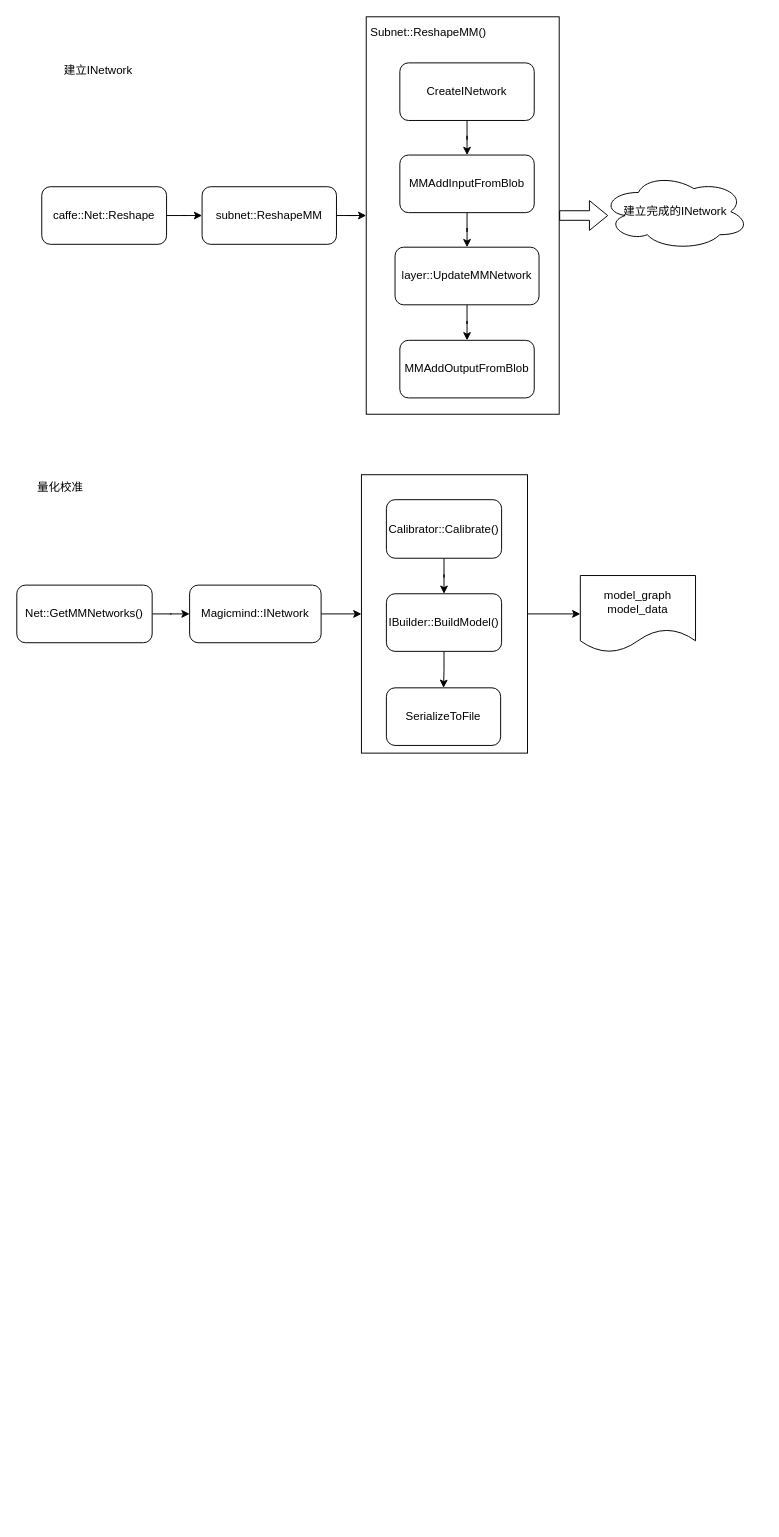
Above: caffe-mm.drawio in AwesomePH/notes (draw.io), before the change. Source tidied: cells renumbered, new cells numbered last; positions are measured from the earlier drawing's top-left corner, leaving out a move shared by most shapes. Both pictures are drawn from the tidied source at 96%, with x=0, y=0 at pixel (16, 16).
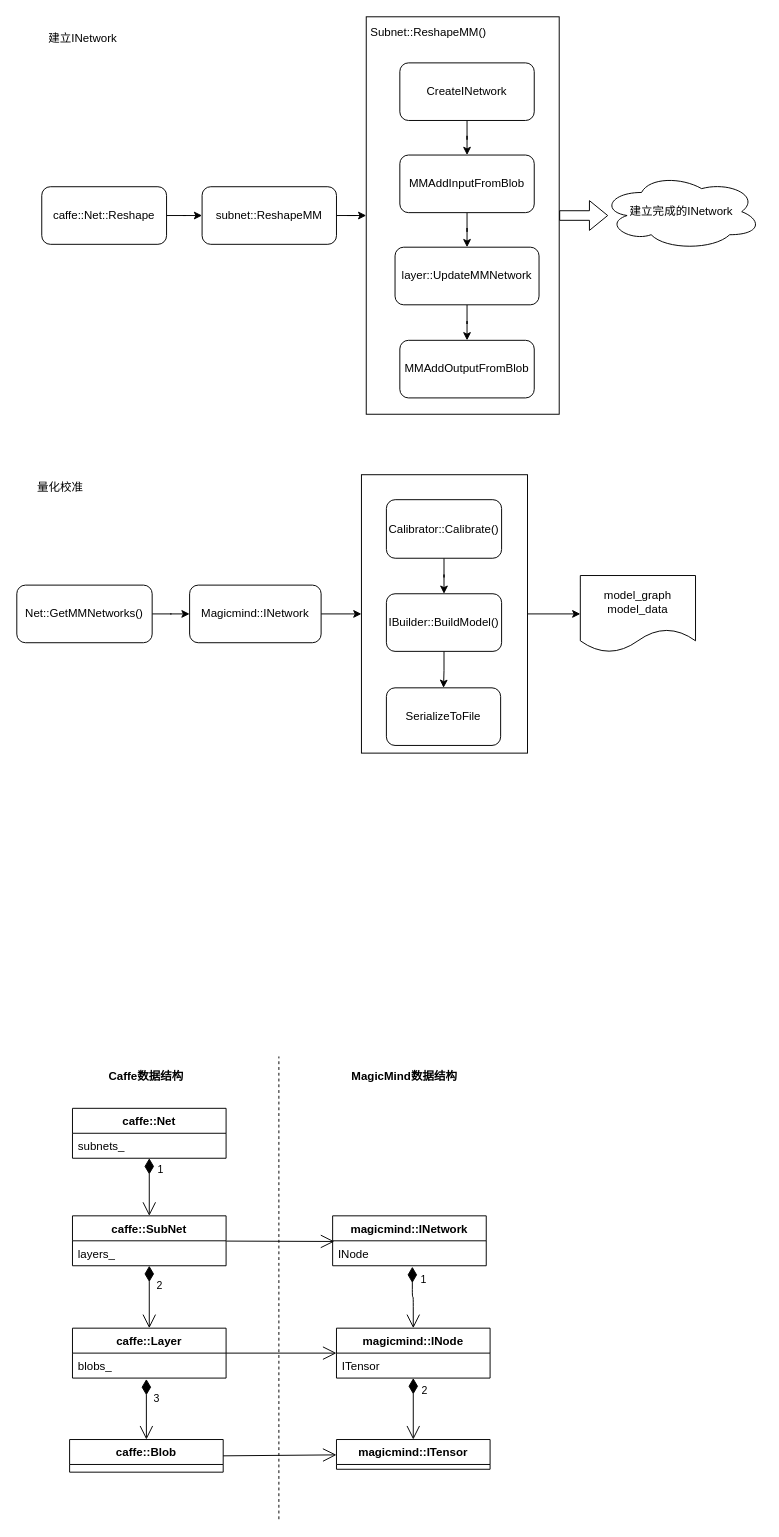
The same diagram, later.

What changed in the source:
```diff
@@
     <mxCell id="27" value="建立INetwork" style="text;html=1;strokeColor=none;fillColor=none;align=center;verticalAlign=middle;whiteSpace=wrap;rounded=0;" parent="1" vertex="1">
-      <mxGeometry x="16" y="46" width="138" height="20" as="geometry" />
+      <mxGeometry y="13" width="138" height="20" as="geometry" />
     </mxCell>
@@
     <mxCell id="30" value="建立完成的INetwork" style="ellipse;shape=cloud;whiteSpace=wrap;html=1;" parent="1" vertex="1">
-      <mxGeometry x="609" y="163" width="154" height="80" as="geometry" />
+      <mxGeometry x="609" y="163" width="167" height="80" as="geometry" />
     </mxCell>
+    <mxCell id="31" value="caffe::Net" style="swimlane;fontStyle=1;align=center;verticalAlign=top;horizontal=1;startSize=26;" parent="1" vertex="1">
+      <mxGeometry x="58" y="1137" width="160" height="52" as="geometry" />
+    </mxCell>
+    <mxCell id="32" value="subnets_" style="text;strokeColor=none;fillColor=none;align=left;verticalAlign=top;spacingLeft=4;spacingRight=4;overflow=hidden;" parent="31" vertex="1">
+      <mxGeometry y="26" width="160" height="26" as="geometry" />
+    </mxCell>
+    <mxCell id="33" value="caffe::SubNet" style="swimlane;fontStyle=1;align=center;verticalAlign=top;horizontal=1;startSize=26;" parent="1" vertex="1">
+      <mxGeometry x="58" y="1249" width="160" height="52" as="geometry" />
+    </mxCell>
+    <mxCell id="34" value="layers_" style="text;strokeColor=none;fillColor=none;align=left;verticalAlign=top;spacingLeft=4;spacingRight=4;overflow=hidden;points=[[0,0.5],[1,0.5]];portConstraint=eastwest;" parent="33" vertex="1">
+      <mxGeometry y="26" width="160" height="26" as="geometry" />
+    </mxCell>
+    <mxCell id="35" value="1" style="endArrow=open;html=1;endSize=12;startArrow=diamondThin;startSize=14;startFill=1;edgeStyle=orthogonalEdgeStyle;align=left;verticalAlign=bottom;exitX=0.5;exitY=1;exitDx=0;exitDy=0;" parent="1" edge="1" source="31" target="33">
+      <mxGeometry x="-0.31" y="7" relative="1" as="geometry" />
+    </mxCell>
+    <mxCell id="36" value="caffe::Layer" style="swimlane;fontStyle=1;align=center;verticalAlign=top;horizontal=1;startSize=26;" parent="1" vertex="1">
+      <mxGeometry x="58" y="1366" width="160" height="52" as="geometry" />
+    </mxCell>
+    <mxCell id="37" value="blobs_" style="text;strokeColor=none;fillColor=none;align=left;verticalAlign=top;spacingLeft=4;spacingRight=4;overflow=hidden;points=[[0,0.5],[1,0.5]];portConstraint=eastwest;" parent="36" vertex="1">
+      <mxGeometry y="26" width="160" height="26" as="geometry" />
+    </mxCell>
+    <mxCell id="38" value="2" style="endArrow=open;html=1;endSize=12;startArrow=diamondThin;startSize=14;startFill=1;edgeStyle=orthogonalEdgeStyle;align=left;verticalAlign=bottom;exitX=0.5;exitY=1;exitDx=0;exitDy=0;entryX=0.5;entryY=0;entryDx=0;entryDy=0;" parent="1" edge="1" source="33" target="36">
+      <mxGeometry x="-0.09" y="6" relative="1" as="geometry" />
+    </mxCell>
+    <mxCell id="39" value="magicmind::INetwork" style="swimlane;fontStyle=1;align=center;verticalAlign=top;horizontal=1;startSize=26;" parent="1" vertex="1">
+      <mxGeometry x="329" y="1249" width="160" height="52" as="geometry" />
+    </mxCell>
+    <mxCell id="40" value="INode" style="text;strokeColor=none;fillColor=none;align=left;verticalAlign=top;spacingLeft=4;spacingRight=4;overflow=hidden;points=[[0,0.5],[1,0.5]];portConstraint=eastwest;" parent="39" vertex="1">
+      <mxGeometry y="26" width="160" height="26" as="geometry" />
+    </mxCell>
+    <mxCell id="41" value="caffe::Blob" style="swimlane;fontStyle=1;align=center;verticalAlign=top;horizontal=1;startSize=26;" parent="1" vertex="1">
+      <mxGeometry x="55" y="1482" width="160" height="34" as="geometry" />
+    </mxCell>
+    <mxCell id="42" value="3" style="endArrow=open;html=1;endSize=12;startArrow=diamondThin;startSize=14;startFill=1;edgeStyle=orthogonalEdgeStyle;align=left;verticalAlign=bottom;exitX=0.481;exitY=1.038;exitDx=0;exitDy=0;entryX=0.5;entryY=0;entryDx=0;entryDy=0;exitPerimeter=0;" parent="1" edge="1" source="37" target="41">
+      <mxGeometry x="-0.09" y="6" relative="1" as="geometry" />
+    </mxCell>
+    <mxCell id="43" value="magicmind::INode" style="swimlane;fontStyle=1;align=center;verticalAlign=top;horizontal=1;startSize=26;" parent="1" vertex="1">
+      <mxGeometry x="333" y="1366" width="160" height="52" as="geometry" />
+    </mxCell>
+    <mxCell id="44" value="ITensor" style="text;strokeColor=none;fillColor=none;align=left;verticalAlign=top;spacingLeft=4;spacingRight=4;overflow=hidden;" parent="43" vertex="1">
+      <mxGeometry y="26" width="160" height="26" as="geometry" />
+    </mxCell>
+    <mxCell id="45" value="1" style="endArrow=open;html=1;endSize=12;startArrow=diamondThin;startSize=14;startFill=1;edgeStyle=orthogonalEdgeStyle;align=left;verticalAlign=bottom;exitX=0.519;exitY=1.038;exitDx=0;exitDy=0;exitPerimeter=0;" parent="1" edge="1" source="40" target="43">
+      <mxGeometry x="-0.31" y="7" relative="1" as="geometry" />
+    </mxCell>
+    <mxCell id="46" value="magicmind::ITensor" style="swimlane;fontStyle=1;align=center;verticalAlign=top;horizontal=1;startSize=26;" parent="1" vertex="1">
+      <mxGeometry x="333" y="1482" width="160" height="31" as="geometry" />
+    </mxCell>
+    <mxCell id="47" value="2" style="endArrow=open;html=1;endSize=12;startArrow=diamondThin;startSize=14;startFill=1;edgeStyle=orthogonalEdgeStyle;align=left;verticalAlign=bottom;exitX=0.5;exitY=1;exitDx=0;exitDy=0;" parent="1" edge="1" source="43" target="46">
+      <mxGeometry x="-0.31" y="7" relative="1" as="geometry" />
+    </mxCell>
+    <mxCell id="48" value="MagicMind数据结构" style="text;align=center;fontStyle=1;verticalAlign=middle;spacingLeft=3;spacingRight=3;strokeColor=none;" parent="1" vertex="1">
+      <mxGeometry x="364" y="1090" width="80" height="26" as="geometry" />
+    </mxCell>
+    <mxCell id="49" value="Caffe数据结构" style="text;align=center;fontStyle=1;verticalAlign=middle;spacingLeft=3;spacingRight=3;strokeColor=none;" parent="1" vertex="1">
+      <mxGeometry x="95" y="1090" width="80" height="26" as="geometry" />
+    </mxCell>
+    <mxCell id="50" style="endArrow=open;endFill=1;endSize=12;html=1;entryX=0.011;entryY=0.027;entryDx=0;entryDy=0;entryPerimeter=0;exitX=1.002;exitY=0.011;exitDx=0;exitDy=0;exitPerimeter=0;" parent="1" edge="1" source="34" target="40">
+      <mxGeometry relative="1" as="geometry" />
+    </mxCell>
+    <mxCell id="51" style="endArrow=open;endFill=1;endSize=12;html=1;entryX=0;entryY=0.5;entryDx=0;entryDy=0;" parent="1" edge="1" target="43">
+      <mxGeometry relative="1" as="geometry">
+        <mxPoint x="218" y="1392" as="sourcePoint" />
+      </mxGeometry>
+    </mxCell>
+    <mxCell id="52" style="endArrow=open;endFill=1;endSize=12;html=1;exitX=1;exitY=0.5;exitDx=0;exitDy=0;" parent="1" edge="1" source="41">
+      <mxGeometry relative="1" as="geometry">
+        <mxPoint x="333" y="1498" as="targetPoint" />
+      </mxGeometry>
+    </mxCell>
+    <mxCell id="53" style="endArrow=none;dashed=1;html=1;" parent="1" edge="1">
+      <mxGeometry relative="1" as="geometry">
+        <mxPoint x="273" y="1565" as="sourcePoint" />
+        <mxPoint x="273" y="1083" as="targetPoint" />
+      </mxGeometry>
+    </mxCell>
```
